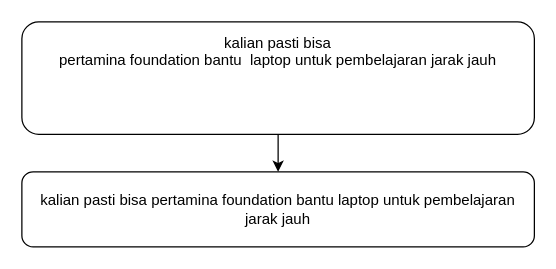
This is Dokumen TA/Paper/Gambar/Proses Menghapus spasi berlebih.drawio from muspriandi/TextMining-SentimentAnalysis, a draw.io file, before an edit. Source tidied: cells renumbered, new cells numbered last; positions are measured from the earlier drawing's top-left corner, leaving out a move shared by most shapes. Both pictures are drawn from the tidied source at 125%, with x=0, y=0 at pixel (21, 21).
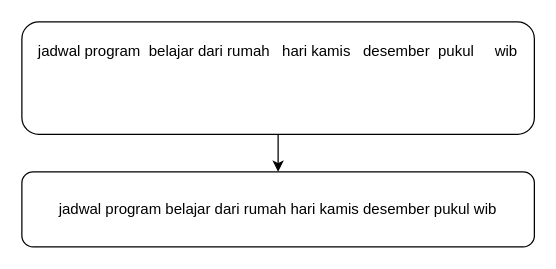
After the change.

Diff of the diagram source:
```diff
@@
 <mxGraphModel>
   <root>
     <mxCell id="0" />
     <mxCell id="1" parent="0" />
     <mxCell id="2" style="edgeStyle=orthogonalEdgeStyle;rounded=0;jettySize=auto;html=1;entryX=0.5;entryY=0;entryDx=0;entryDy=0;" parent="1" edge="1" source="3" target="4">
       <mxGeometry relative="1" as="geometry" />
     </mxCell>
-    <mxCell id="3" value="&lt;div&gt;&lt;div&gt;&lt;div&gt;&lt;div&gt;&lt;div&gt;kalian pasti bisa&lt;/div&gt;&lt;div&gt;pertamina foundation bantu&amp;nbsp; laptop untuk pembelajaran jarak jauh&lt;/div&gt;&lt;div&gt;&lt;br&gt;&lt;/div&gt;&lt;div&gt;&lt;br&gt;&lt;/div&gt;&lt;div&gt;&lt;br&gt;&lt;/div&gt;&lt;/div&gt;&lt;/div&gt;&lt;/div&gt;&lt;/div&gt;" style="rounded=1;whiteSpace=wrap;html=1;align=center;" parent="1" vertex="1">
+    <mxCell id="3" value="&lt;div&gt;jadwal program&amp;nbsp; belajar dari rumah&amp;nbsp; &amp;nbsp;hari kamis&amp;nbsp; &amp;nbsp;desember&amp;nbsp; pukul&amp;nbsp; &amp;nbsp; &amp;nbsp;wib&lt;/div&gt;&lt;div&gt;&lt;br&gt;&lt;/div&gt;&lt;div&gt;&lt;br&gt;&lt;/div&gt;&lt;div&gt;&lt;br&gt;&lt;/div&gt;" style="rounded=1;whiteSpace=wrap;html=1;align=center;" parent="1" vertex="1">
       <mxGeometry width="410" height="90" as="geometry" />
     </mxCell>
-    <mxCell id="4" value="&lt;div&gt;kalian pasti bisa&amp;nbsp;&lt;span&gt;pertamina foundation bantu laptop untuk pembelajaran jarak jauh&lt;/span&gt;&lt;/div&gt;" style="rounded=1;whiteSpace=wrap;html=1;align=center;" parent="1" vertex="1">
+    <mxCell id="4" value="jadwal program belajar dari rumah hari kamis desember pukul wib" style="rounded=1;whiteSpace=wrap;html=1;align=center;" parent="1" vertex="1">
       <mxGeometry y="120" width="410" height="60" as="geometry" />
     </mxCell>
   </root>
 </mxGraphModel>
```
